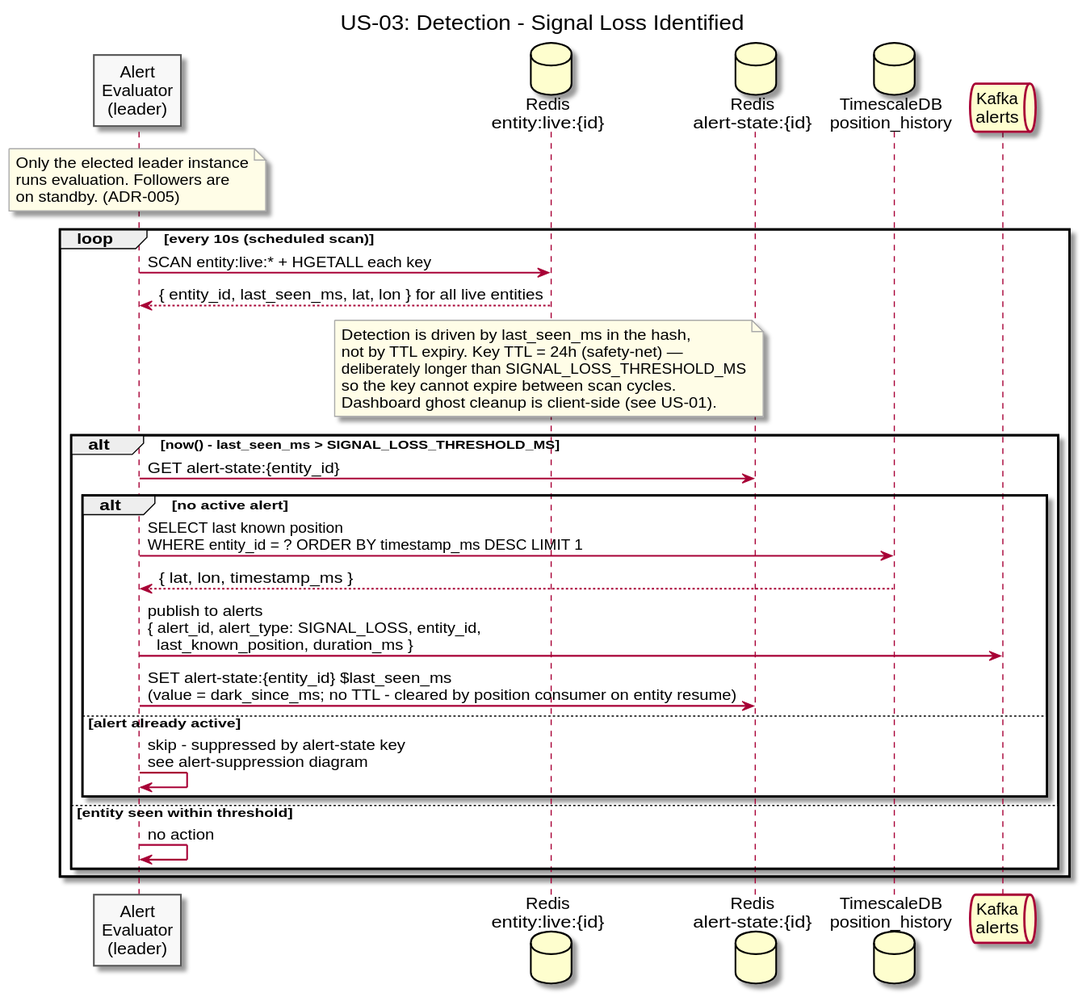
Buffden/sentinel keeps this PlantUML diagram as diagrams/docs/use-cases/US-03-signal-loss-alert/detection.svg. Above is the earlier version.
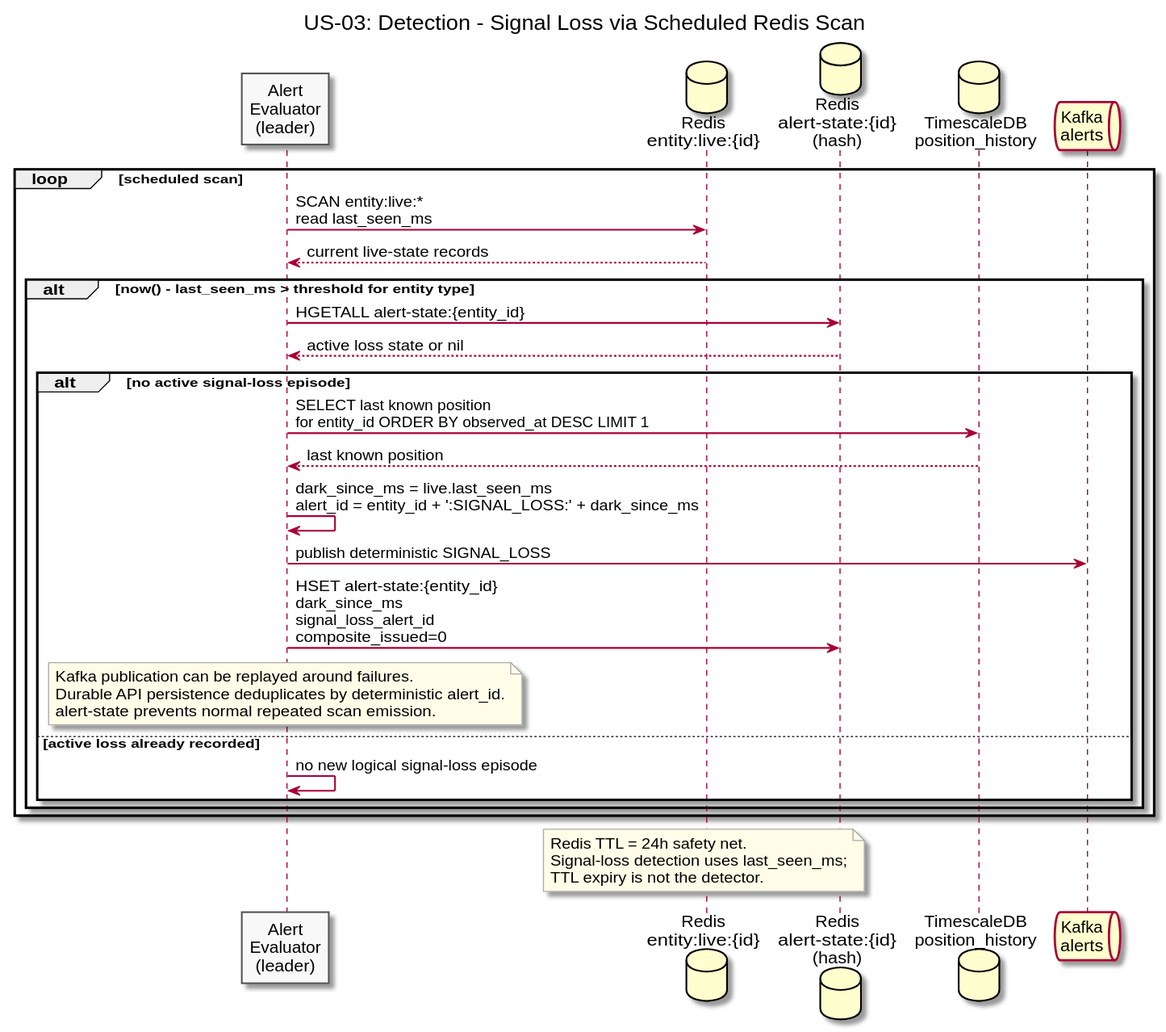
Later version of the same file.

Change to the diagram source:
```diff
@@ -1,5 +1,5 @@
 @startuml detection
-title US-03: Detection - Signal Loss Identified
+title US-03: Detection - Signal Loss via Scheduled Redis Scan
 
 skinparam sequenceArrowThickness 1.5
 skinparam participantBorderColor #555555
@@ -8,46 +8,42 @@
 skinparam noteBackgroundColor #FFFDE7
 
 participant "Alert\nEvaluator\n(leader)" as Evaluator
-database "Redis\nentity:live:{id}" as Redis
-database "Redis\nalert-state:{id}" as AlertState
+database "Redis\nentity:live:{id}" as LiveState
+database "Redis\nalert-state:{id}\n(hash)" as AlertState
 database "TimescaleDB\nposition_history" as TSDB
 queue "Kafka\nalerts" as Kafka
 
-note over Evaluator
-  Only the elected leader instance
-  runs evaluation. Followers are
-  on standby. (ADR-005)
-end note
+loop scheduled scan
+  Evaluator -> LiveState : SCAN entity:live:*\nread last_seen_ms
+  LiveState --> Evaluator : current live-state records
 
-loop every 10s (scheduled scan)
-  Evaluator -> Redis : SCAN entity:live:* + HGETALL each key
-  Redis --> Evaluator : { entity_id, last_seen_ms, lat, lon } for all live entities
+  alt now() - last_seen_ms > threshold for entity type
+    Evaluator -> AlertState : HGETALL alert-state:{entity_id}
+    AlertState --> Evaluator : active loss state or nil
 
-  note over Redis
-    Detection is driven by last_seen_ms in the hash,
-    not by TTL expiry. Key TTL = 24h (safety-net) —
-    deliberately longer than SIGNAL_LOSS_THRESHOLD_MS
-    so the key cannot expire between scan cycles.
-    Dashboard ghost cleanup is client-side (see US-01).
-  end note
+    alt no active signal-loss episode
+      Evaluator -> TSDB : SELECT last known position\nfor entity_id ORDER BY observed_at DESC LIMIT 1
+      TSDB --> Evaluator : last known position
 
-  alt now() - last_seen_ms > SIGNAL_LOSS_THRESHOLD_MS
-    Evaluator -> AlertState : GET alert-state:{entity_id}
+      Evaluator -> Evaluator : dark_since_ms = live.last_seen_ms\nalert_id = entity_id + ':SIGNAL_LOSS:' + dark_since_ms
+      Evaluator -> Kafka : publish deterministic SIGNAL_LOSS
+      Evaluator -> AlertState : HSET alert-state:{entity_id}\ndark_since_ms\nsignal_loss_alert_id\ncomposite_issued=0
 
-    alt no active alert
-      Evaluator -> TSDB : SELECT last known position\nWHERE entity_id = ? ORDER BY timestamp_ms DESC LIMIT 1
-      TSDB --> Evaluator : { lat, lon, timestamp_ms }
-
-      Evaluator -> Kafka : publish to alerts\n{ alert_id, alert_type: SIGNAL_LOSS, entity_id,\n  last_known_position, duration_ms }
-      Evaluator -> AlertState : SET alert-state:{entity_id} $last_seen_ms\n(value = dark_since_ms; no TTL - cleared by position consumer on entity resume)
-
-    else alert already active
-      Evaluator -> Evaluator : skip - suppressed by alert-state key\nsee alert-suppression diagram
+      note over Evaluator
+        Kafka publication can be replayed around failures.
+        Durable API persistence deduplicates by deterministic alert_id.
+        alert-state prevents normal repeated scan emission.
+      end note
+    else active loss already recorded
+      Evaluator -> Evaluator : no new logical signal-loss episode
     end
-
-  else entity seen within threshold
-    Evaluator -> Evaluator : no action
   end
 end
 
+note over LiveState
+  Redis TTL = 24h safety net.
+  Signal-loss detection uses last_seen_ms;
+  TTL expiry is not the detector.
+end note
+
 @enduml
```
